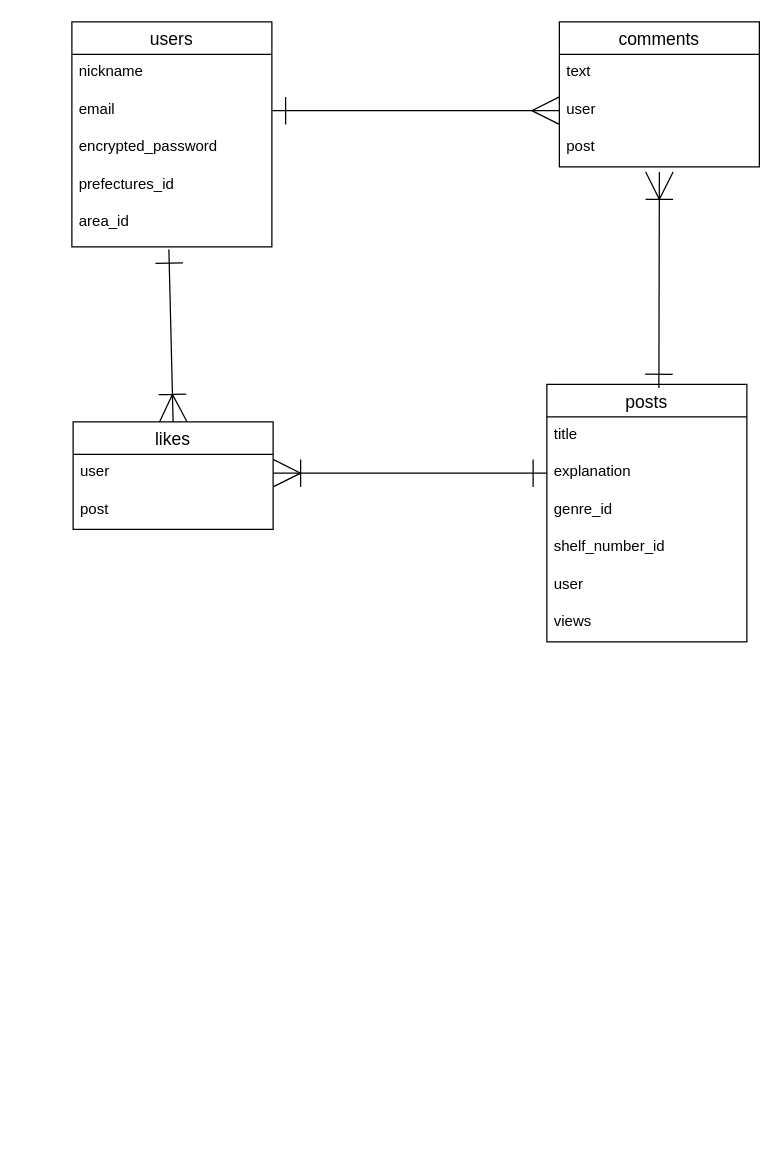
Above: er.dio in hiroya-takatsuchi/snap_shelf (draw.io), before the change. Source tidied: cells renumbered, new cells numbered last; positions are measured from the earlier drawing's top-left corner, leaving out a move shared by most shapes. Both pictures are drawn from the tidied source at 125%, with x=0, y=0 at pixel (71, 21).
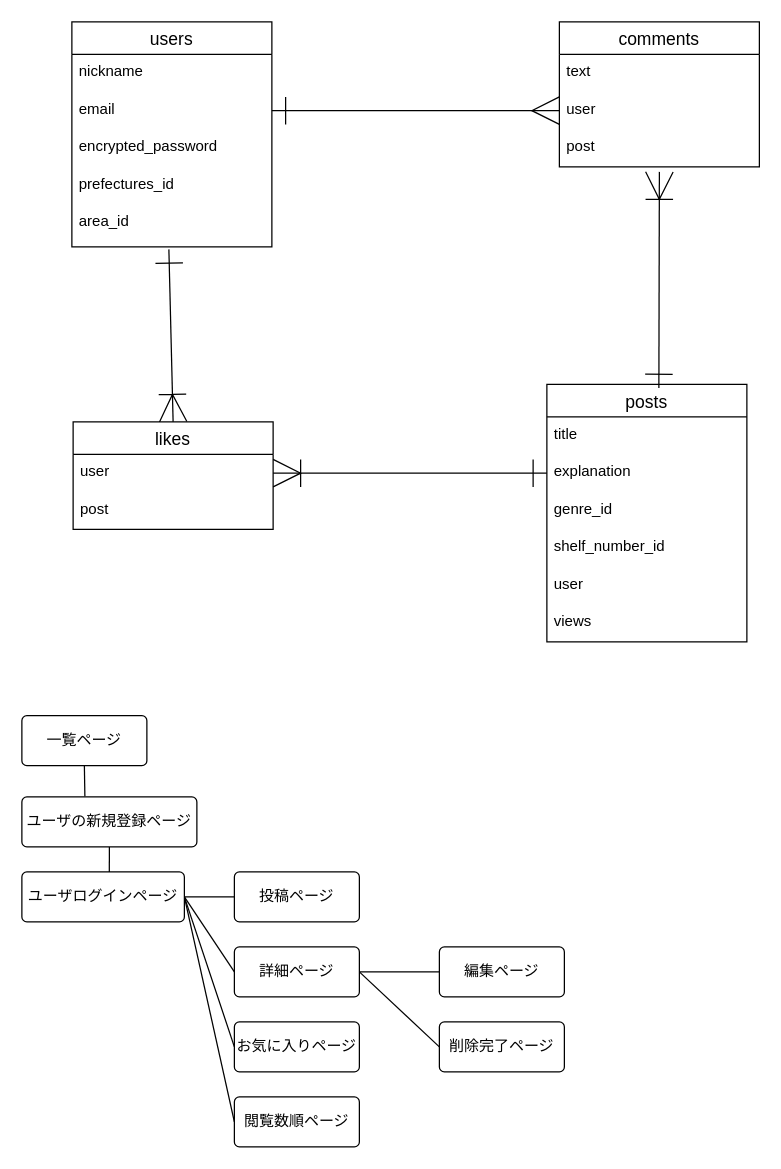
The same diagram, later.

The edit, as a diff of the source:
```diff
@@
+    <mxCell id="26" value="投稿ページ" style="rounded=1;arcSize=10;whiteSpace=wrap;html=1;align=center;" parent="1" vertex="1">
+      <mxGeometry x="130" y="680" width="100" height="40" as="geometry" />
+    </mxCell>
+    <mxCell id="27" style="edgeStyle=none;html=1;exitX=0.5;exitY=1;exitDx=0;exitDy=0;entryX=0.36;entryY=-0.01;entryDx=0;entryDy=0;entryPerimeter=0;endArrow=none;endFill=0;" parent="1" edge="1" source="28" target="30">
+      <mxGeometry relative="1" as="geometry" />
+    </mxCell>
+    <mxCell id="28" value="一覧ページ" style="rounded=1;arcSize=10;whiteSpace=wrap;html=1;align=center;" parent="1" vertex="1">
+      <mxGeometry x="-40" y="555" width="100" height="40" as="geometry" />
+    </mxCell>
+    <mxCell id="29" style="edgeStyle=none;html=1;exitX=0.5;exitY=1;exitDx=0;exitDy=0;entryX=0.538;entryY=0.25;entryDx=0;entryDy=0;entryPerimeter=0;endArrow=none;endFill=0;" parent="1" edge="1" source="30" target="35">
+      <mxGeometry relative="1" as="geometry" />
+    </mxCell>
+    <mxCell id="30" value="ユーザの新規登録ページ" style="rounded=1;arcSize=10;whiteSpace=wrap;html=1;align=center;" parent="1" vertex="1">
+      <mxGeometry x="-40" y="620" width="140" height="40" as="geometry" />
+    </mxCell>
+    <mxCell id="31" style="edgeStyle=none;html=1;exitX=1;exitY=0.5;exitDx=0;exitDy=0;entryX=0;entryY=0.5;entryDx=0;entryDy=0;endArrow=none;endFill=0;" parent="1" edge="1" source="35" target="26">
+      <mxGeometry relative="1" as="geometry" />
+    </mxCell>
+    <mxCell id="32" style="edgeStyle=none;html=1;exitX=1;exitY=0.5;exitDx=0;exitDy=0;entryX=0;entryY=0.5;entryDx=0;entryDy=0;endArrow=none;endFill=0;" parent="1" edge="1" source="35" target="38">
+      <mxGeometry relative="1" as="geometry" />
+    </mxCell>
+    <mxCell id="33" style="edgeStyle=none;html=1;exitX=1;exitY=0.5;exitDx=0;exitDy=0;entryX=0;entryY=0.5;entryDx=0;entryDy=0;endArrow=none;endFill=0;" parent="1" edge="1" source="35" target="39">
+      <mxGeometry relative="1" as="geometry" />
+    </mxCell>
+    <mxCell id="34" style="edgeStyle=none;html=1;exitX=1;exitY=0.5;exitDx=0;exitDy=0;entryX=0;entryY=0.5;entryDx=0;entryDy=0;endArrow=none;endFill=0;" parent="1" edge="1" source="35" target="40">
+      <mxGeometry relative="1" as="geometry" />
+    </mxCell>
+    <mxCell id="35" value="ユーザログインページ" style="rounded=1;arcSize=10;whiteSpace=wrap;html=1;align=center;" parent="1" vertex="1">
+      <mxGeometry x="-40" y="680" width="130" height="40" as="geometry" />
+    </mxCell>
+    <mxCell id="36" style="edgeStyle=none;html=1;exitX=1;exitY=0.5;exitDx=0;exitDy=0;entryX=0;entryY=0.5;entryDx=0;entryDy=0;endArrow=none;endFill=0;" parent="1" edge="1" source="38" target="41">
+      <mxGeometry relative="1" as="geometry" />
+    </mxCell>
+    <mxCell id="37" style="edgeStyle=none;html=1;exitX=1;exitY=0.5;exitDx=0;exitDy=0;entryX=0;entryY=0.5;entryDx=0;entryDy=0;endArrow=none;endFill=0;" parent="1" edge="1" source="38" target="42">
+      <mxGeometry relative="1" as="geometry" />
+    </mxCell>
+    <mxCell id="38" value="詳細ページ" style="rounded=1;arcSize=10;whiteSpace=wrap;html=1;align=center;" parent="1" vertex="1">
+      <mxGeometry x="130" y="740" width="100" height="40" as="geometry" />
+    </mxCell>
+    <mxCell id="39" value="お気に入りページ" style="rounded=1;arcSize=10;whiteSpace=wrap;html=1;align=center;" parent="1" vertex="1">
+      <mxGeometry x="130" y="800" width="100" height="40" as="geometry" />
+    </mxCell>
+    <mxCell id="40" value="閲覧数順ページ" style="rounded=1;arcSize=10;whiteSpace=wrap;html=1;align=center;" parent="1" vertex="1">
+      <mxGeometry x="130" y="860" width="100" height="40" as="geometry" />
+    </mxCell>
+    <mxCell id="41" value="編集ページ" style="rounded=1;arcSize=10;whiteSpace=wrap;html=1;align=center;" parent="1" vertex="1">
+      <mxGeometry x="294" y="740" width="100" height="40" as="geometry" />
+    </mxCell>
+    <mxCell id="42" value="削除完了ページ" style="rounded=1;arcSize=10;whiteSpace=wrap;html=1;align=center;" parent="1" vertex="1">
+      <mxGeometry x="294" y="800" width="100" height="40" as="geometry" />
+    </mxCell>
```
